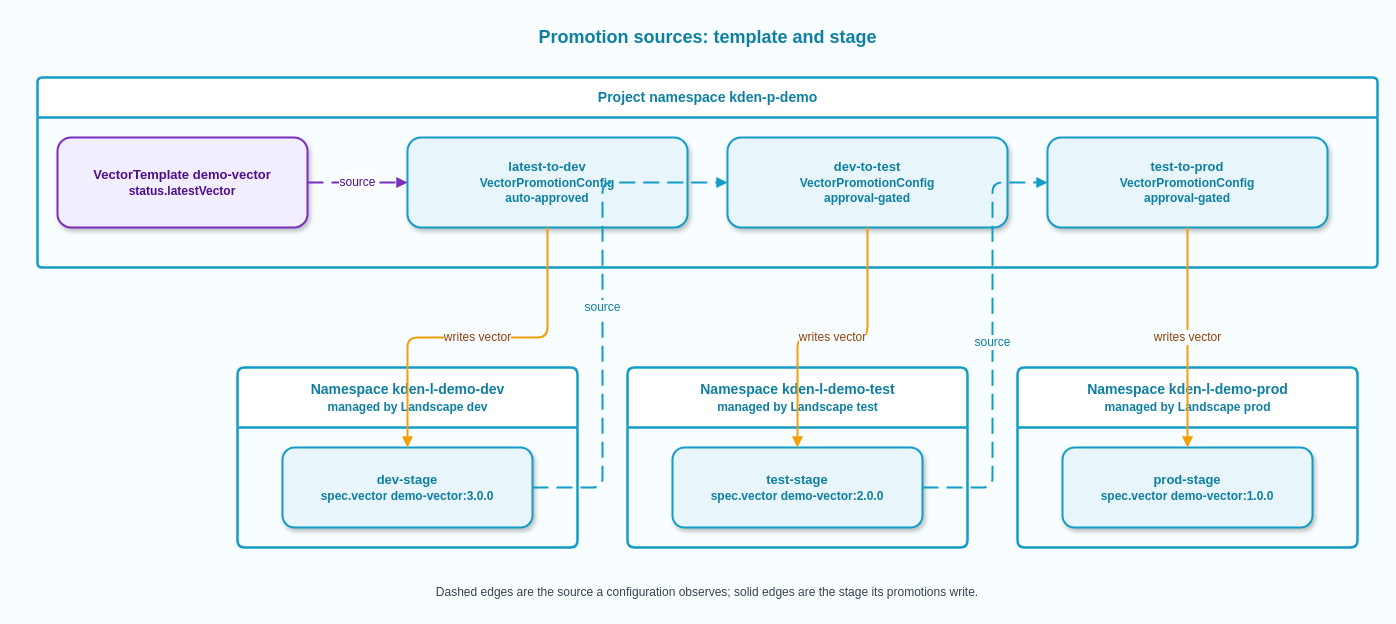
This is public/assets/diagrams/promotion-sources.drawio from konfidence-project/konfidence-docs, a draw.io file, before an edit. Source tidied: cells renumbered, new cells numbered last; positions are measured from the earlier drawing's top-left corner, leaving out a move shared by most shapes. Both pictures are drawn from the tidied source at 100%, with x=0, y=0 at pixel (37, 17).
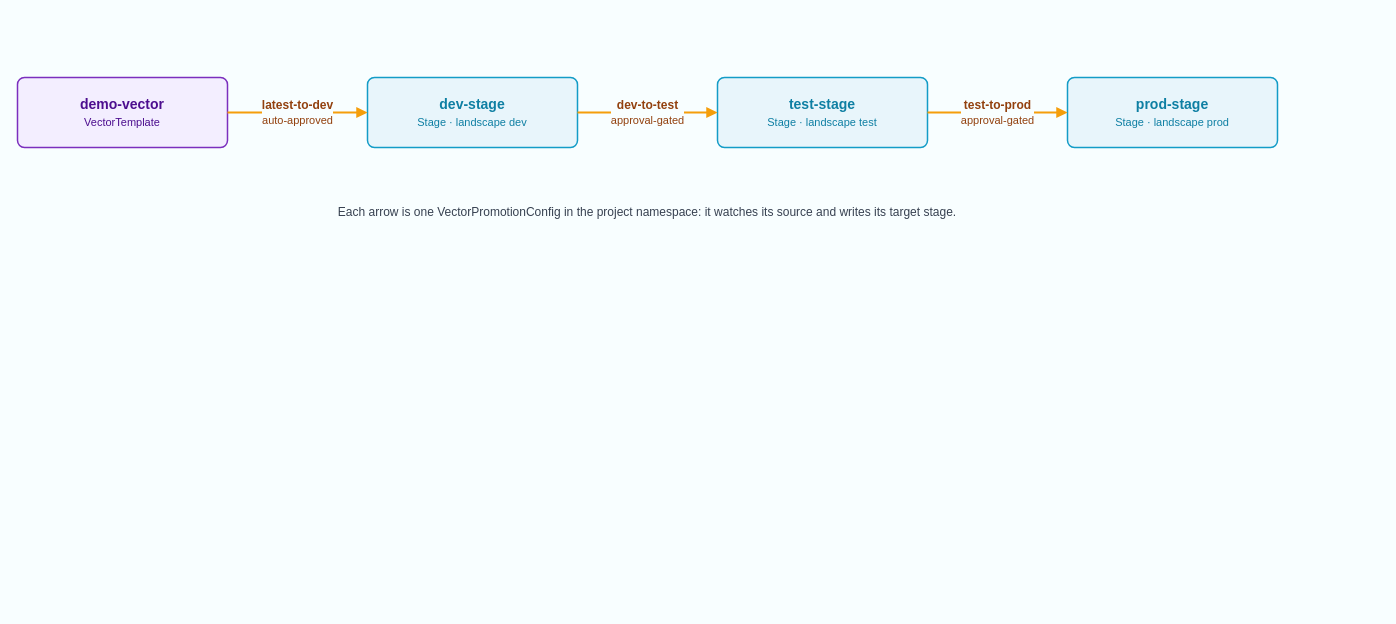
After the change.

Commit message (it also covers changes not shown here):
docs(core-concepts): redraw promotion diagrams for readability

Sources: collapse to one chain where each VectorPromotionConfig is an
arrow between template and stages, four nodes on a tight canvas.
Lifecycle: one left-to-right state path with a terminal row, two-color
scheme, no swimlanes or crossing corridors. Both render larger at page
width because the canvas bounds now hug the content.

Change to the diagram source:
```diff
@@
-    <mxCell id="2" value="&lt;b&gt;&lt;font style=&quot;font-size: 18px;&quot;&gt;Promotion sources: template and stage&lt;/font&gt;&lt;/b&gt;" style="text;html=1;strokeColor=none;fillColor=none;align=center;verticalAlign=middle;fontColor=#0E7FA3;" parent="1" vertex="1">
-      <mxGeometry x="430" width="480" height="40" as="geometry" />
-    </mxCell>
-    <mxCell id="3" value="&lt;b&gt;Project namespace kden-p-demo&lt;/b&gt;" style="swimlane;startSize=40;fillColor=#FFFFFF;strokeColor=#139CC7;strokeWidth=2.5;fontSize=14;fontColor=#0E7FA3;fontStyle=1;rounded=1;arcSize=4;html=1;" parent="1" vertex="1">
-      <mxGeometry y="60" width="1340" height="190" as="geometry" />
-    </mxCell>
-    <mxCell id="4" value="&lt;b&gt;VectorTemplate demo-vector&lt;/b&gt;&lt;div&gt;&lt;font style=&quot;font-size: 12px;&quot;&gt;status.latestVector&lt;/font&gt;&lt;/div&gt;" style="rounded=1;arcSize=15;whiteSpace=wrap;html=1;fillColor=#F3EEFF;strokeColor=#7B2FBE;strokeWidth=2;fontSize=13;fontColor=#4C0E8F;fontStyle=1;shadow=1;" parent="3" vertex="1">
-      <mxGeometry x="20" y="60" width="250" height="90" as="geometry" />
+    <mxCell id="4" value="&lt;b&gt;demo-vector&lt;/b&gt;&lt;div&gt;&lt;font style=&quot;font-size: 11px;&quot;&gt;VectorTemplate&lt;/font&gt;&lt;/div&gt;" style="rounded=1;arcSize=10;whiteSpace=wrap;html=1;fillColor=#F3EEFF;strokeColor=#7B2FBE;strokeWidth=1.5;fontSize=14;fontColor=#4C0E8F;" parent="1" vertex="1">
+      <mxGeometry x="-20" y="60" width="210" height="70" as="geometry" />
     </mxCell>
-    <mxCell id="5" value="&lt;b&gt;latest-to-dev&lt;/b&gt;&lt;div&gt;&lt;font style=&quot;font-size: 12px;&quot;&gt;VectorPromotionConfig&lt;/font&gt;&lt;/div&gt;&lt;div&gt;&lt;font style=&quot;font-size: 12px;&quot;&gt;auto-approved&lt;/font&gt;&lt;/div&gt;" style="rounded=1;arcSize=15;whiteSpace=wrap;html=1;fillColor=#E8F5FB;strokeColor=#139CC7;strokeWidth=2;fontSize=13;fontColor=#0E7FA3;fontStyle=1;shadow=1;" parent="3" vertex="1">
-      <mxGeometry x="370" y="60" width="280" height="90" as="geometry" />
-    </mxCell>
-    <mxCell id="6" value="&lt;b&gt;dev-to-test&lt;/b&gt;&lt;div&gt;&lt;font style=&quot;font-size: 12px;&quot;&gt;VectorPromotionConfig&lt;/font&gt;&lt;/div&gt;&lt;div&gt;&lt;font style=&quot;font-size: 12px;&quot;&gt;approval-gated&lt;/font&gt;&lt;/div&gt;" style="rounded=1;arcSize=15;whiteSpace=wrap;html=1;fillColor=#E8F5FB;strokeColor=#139CC7;strokeWidth=2;fontSize=13;fontColor=#0E7FA3;fontStyle=1;shadow=1;" parent="3" vertex="1">
-      <mxGeometry x="690" y="60" width="280" height="90" as="geometry" />
-    </mxCell>
-    <mxCell id="7" value="&lt;b&gt;test-to-prod&lt;/b&gt;&lt;div&gt;&lt;font style=&quot;font-size: 12px;&quot;&gt;VectorPromotionConfig&lt;/font&gt;&lt;/div&gt;&lt;div&gt;&lt;font style=&quot;font-size: 12px;&quot;&gt;approval-gated&lt;/font&gt;&lt;/div&gt;" style="rounded=1;arcSize=15;whiteSpace=wrap;html=1;fillColor=#E8F5FB;strokeColor=#139CC7;strokeWidth=2;fontSize=13;fontColor=#0E7FA3;fontStyle=1;shadow=1;" parent="3" vertex="1">
-      <mxGeometry x="1010" y="60" width="280" height="90" as="geometry" />
-    </mxCell>
-    <mxCell id="8" value="&lt;b&gt;Namespace kden-l-demo-dev&lt;/b&gt;&lt;div&gt;&lt;font style=&quot;font-size: 12px;&quot;&gt;managed by Landscape dev&lt;/font&gt;&lt;/div&gt;" style="swimlane;startSize=60;fillColor=#FFFFFF;strokeColor=#139CC7;strokeWidth=2.5;fontSize=14;fontColor=#0E7FA3;fontStyle=1;rounded=1;arcSize=4;html=1;" parent="1" vertex="1">
-      <mxGeometry x="200" y="350" width="340" height="180" as="geometry" />
-    </mxCell>
-    <mxCell id="9" value="&lt;b&gt;dev-stage&lt;/b&gt;&lt;div&gt;&lt;font style=&quot;font-size: 12px;&quot;&gt;spec.vector demo-vector:3.0.0&lt;/font&gt;&lt;/div&gt;" style="rounded=1;arcSize=15;whiteSpace=wrap;html=1;fillColor=#E8F5FB;strokeColor=#139CC7;strokeWidth=2;fontSize=13;fontColor=#0E7FA3;fontStyle=1;shadow=1;" parent="8" vertex="1">
-      <mxGeometry x="45" y="80" width="250" height="80" as="geometry" />
+    <mxCell id="9" value="&lt;b&gt;dev-stage&lt;/b&gt;&lt;div&gt;&lt;font style=&quot;font-size: 11px;&quot;&gt;Stage · landscape dev&lt;/font&gt;&lt;/div&gt;" style="rounded=1;arcSize=10;whiteSpace=wrap;html=1;fillColor=#E8F5FB;strokeColor=#139CC7;strokeWidth=1.5;fontSize=14;fontColor=#0E7FA3;" parent="1" vertex="1">
+      <mxGeometry x="330" y="60" width="210" height="70" as="geometry" />
     </mxCell>
-    <mxCell id="10" value="&lt;b&gt;Namespace kden-l-demo-test&lt;/b&gt;&lt;div&gt;&lt;font style=&quot;font-size: 12px;&quot;&gt;managed by Landscape test&lt;/font&gt;&lt;/div&gt;" style="swimlane;startSize=60;fillColor=#FFFFFF;strokeColor=#139CC7;strokeWidth=2.5;fontSize=14;fontColor=#0E7FA3;fontStyle=1;rounded=1;arcSize=4;html=1;" parent="1" vertex="1">
-      <mxGeometry x="590" y="350" width="340" height="180" as="geometry" />
-    </mxCell>
-    <mxCell id="11" value="&lt;b&gt;test-stage&lt;/b&gt;&lt;div&gt;&lt;font style=&quot;font-size: 12px;&quot;&gt;spec.vector demo-vector:2.0.0&lt;/font&gt;&lt;/div&gt;" style="rounded=1;arcSize=15;whiteSpace=wrap;html=1;fillColor=#E8F5FB;strokeColor=#139CC7;strokeWidth=2;fontSize=13;fontColor=#0E7FA3;fontStyle=1;shadow=1;" parent="10" vertex="1">
-      <mxGeometry x="45" y="80" width="250" height="80" as="geometry" />
+    <mxCell id="11" value="&lt;b&gt;test-stage&lt;/b&gt;&lt;div&gt;&lt;font style=&quot;font-size: 11px;&quot;&gt;Stage · landscape test&lt;/font&gt;&lt;/div&gt;" style="rounded=1;arcSize=10;whiteSpace=wrap;html=1;fillColor=#E8F5FB;strokeColor=#139CC7;strokeWidth=1.5;fontSize=14;fontColor=#0E7FA3;" parent="1" vertex="1">
+      <mxGeometry x="680" y="60" width="210" height="70" as="geometry" />
     </mxCell>
-    <mxCell id="12" value="&lt;b&gt;Namespace kden-l-demo-prod&lt;/b&gt;&lt;div&gt;&lt;font style=&quot;font-size: 12px;&quot;&gt;managed by Landscape prod&lt;/font&gt;&lt;/div&gt;" style="swimlane;startSize=60;fillColor=#FFFFFF;strokeColor=#139CC7;strokeWidth=2.5;fontSize=14;fontColor=#0E7FA3;fontStyle=1;rounded=1;arcSize=4;html=1;" parent="1" vertex="1">
-      <mxGeometry x="980" y="350" width="340" height="180" as="geometry" />
-    </mxCell>
-    <mxCell id="13" value="&lt;b&gt;prod-stage&lt;/b&gt;&lt;div&gt;&lt;font style=&quot;font-size: 12px;&quot;&gt;spec.vector demo-vector:1.0.0&lt;/font&gt;&lt;/div&gt;" style="rounded=1;arcSize=15;whiteSpace=wrap;html=1;fillColor=#E8F5FB;strokeColor=#139CC7;strokeWidth=2;fontSize=13;fontColor=#0E7FA3;fontStyle=1;shadow=1;" parent="12" vertex="1">
-      <mxGeometry x="45" y="80" width="250" height="80" as="geometry" />
+    <mxCell id="13" value="&lt;b&gt;prod-stage&lt;/b&gt;&lt;div&gt;&lt;font style=&quot;font-size: 11px;&quot;&gt;Stage · landscape prod&lt;/font&gt;&lt;/div&gt;" style="rounded=1;arcSize=10;whiteSpace=wrap;html=1;fillColor=#E8F5FB;strokeColor=#139CC7;strokeWidth=1.5;fontSize=14;fontColor=#0E7FA3;" parent="1" vertex="1">
+      <mxGeometry x="1030" y="60" width="210" height="70" as="geometry" />
     </mxCell>
-    <mxCell id="14" value="source" style="endArrow=block;endFill=1;dashed=1;dashPattern=8 4;strokeColor=#7B2FBE;strokeWidth=2;fontSize=12;fontColor=#4C0E8F;html=1;edgeStyle=orthogonalEdgeStyle;labelBackgroundColor=#FFFFFF;exitX=1;exitY=0.5;exitDx=0;exitDy=0;entryX=0;entryY=0.5;entryDx=0;entryDy=0;" parent="1" edge="1" source="4" target="5">
-      <mxGeometry relative="1" as="geometry" />
-    </mxCell>
-    <mxCell id="15" value="writes vector" style="endArrow=block;endFill=1;strokeColor=#F59E0B;strokeWidth=2;fontSize=12;fontColor=#92400E;html=1;edgeStyle=orthogonalEdgeStyle;rounded=1;labelBackgroundColor=#F8FEFF;exitX=0.5;exitY=1;exitDx=0;exitDy=0;entryX=0.5;entryY=0;entryDx=0;entryDy=0;" parent="1" edge="1" source="5" target="9">
-      <mxGeometry relative="1" as="geometry" />
-    </mxCell>
-    <mxCell id="16" value="source" style="endArrow=block;endFill=1;dashed=1;dashPattern=8 4;strokeColor=#139CC7;strokeWidth=2;fontSize=12;fontColor=#0E7FA3;html=1;edgeStyle=orthogonalEdgeStyle;rounded=1;labelBackgroundColor=#F8FEFF;exitX=1;exitY=0.5;exitDx=0;exitDy=0;entryX=0;entryY=0.5;entryDx=0;entryDy=0;" parent="1" edge="1" source="9" target="6">
-      <mxGeometry relative="1" as="geometry">
-        <Array as="points">
-          <mxPoint x="565" y="470" />
-          <mxPoint x="565" y="165" />
-        </Array>
-      </mxGeometry>
-    </mxCell>
-    <mxCell id="17" value="writes vector" style="endArrow=block;endFill=1;strokeColor=#F59E0B;strokeWidth=2;fontSize=12;fontColor=#92400E;html=1;edgeStyle=orthogonalEdgeStyle;rounded=1;labelBackgroundColor=#F8FEFF;exitX=0.5;exitY=1;exitDx=0;exitDy=0;entryX=0.5;entryY=0;entryDx=0;entryDy=0;" parent="1" edge="1" source="6" target="11">
-      <mxGeometry relative="1" as="geometry" />
-    </mxCell>
-    <mxCell id="18" value="source" style="endArrow=block;endFill=1;dashed=1;dashPattern=8 4;strokeColor=#139CC7;strokeWidth=2;fontSize=12;fontColor=#0E7FA3;html=1;edgeStyle=orthogonalEdgeStyle;rounded=1;labelBackgroundColor=#F8FEFF;exitX=1;exitY=0.5;exitDx=0;exitDy=0;entryX=0;entryY=0.5;entryDx=0;entryDy=0;" parent="1" edge="1" source="11" target="7">
-      <mxGeometry relative="1" as="geometry">
-        <Array as="points">
-          <mxPoint x="955" y="470" />
-          <mxPoint x="955" y="165" />
-        </Array>
-      </mxGeometry>
-    </mxCell>
-    <mxCell id="19" value="writes vector" style="endArrow=block;endFill=1;strokeColor=#F59E0B;strokeWidth=2;fontSize=12;fontColor=#92400E;html=1;edgeStyle=orthogonalEdgeStyle;rounded=1;labelBackgroundColor=#F8FEFF;exitX=0.5;exitY=1;exitDx=0;exitDy=0;entryX=0.5;entryY=0;entryDx=0;entryDy=0;" parent="1" edge="1" source="7" target="13">
-      <mxGeometry relative="1" as="geometry" />
-    </mxCell>
-    <mxCell id="20" value="Dashed edges are the source a configuration observes; solid edges are the stage its promotions write." style="text;html=1;whiteSpace=wrap;strokeColor=none;fillColor=none;align=center;verticalAlign=middle;rounded=0;fontSize=12;fontColor=#374151;" parent="1" vertex="1">
-      <mxGeometry y="560" width="1340" height="30" as="geometry" />
-    </mxCell>
+    <mxCell id="21" value="&lt;b&gt;latest-to-dev&lt;/b&gt;&lt;div&gt;&lt;font style=&quot;font-size: 11px;&quot;&gt;auto-approved&lt;/font&gt;&lt;/div&gt;" style="endArrow=block;endFill=1;strokeColor=#F59E0B;strokeWidth=2;fontSize=12;fontColor=#92400E;html=1;labelBackgroundColor=#F8FEFF;exitX=1;exitY=0.5;exitDx=0;exitDy=0;entryX=0;entryY=0.5;entryDx=0;entryDy=0;" parent="1" edge="1" source="4" target="9">
+      <mxGeometry relative="1" as="geometry" />
+    </mxCell>
+    <mxCell id="22" value="&lt;b&gt;dev-to-test&lt;/b&gt;&lt;div&gt;&lt;font style=&quot;font-size: 11px;&quot;&gt;approval-gated&lt;/font&gt;&lt;/div&gt;" style="endArrow=block;endFill=1;strokeColor=#F59E0B;strokeWidth=2;fontSize=12;fontColor=#92400E;html=1;labelBackgroundColor=#F8FEFF;exitX=1;exitY=0.5;exitDx=0;exitDy=0;entryX=0;entryY=0.5;entryDx=0;entryDy=0;" parent="1" edge="1" source="9" target="11">
+      <mxGeometry relative="1" as="geometry" />
+    </mxCell>
+    <mxCell id="23" value="&lt;b&gt;test-to-prod&lt;/b&gt;&lt;div&gt;&lt;font style=&quot;font-size: 11px;&quot;&gt;approval-gated&lt;/font&gt;&lt;/div&gt;" style="endArrow=block;endFill=1;strokeColor=#F59E0B;strokeWidth=2;fontSize=12;fontColor=#92400E;html=1;labelBackgroundColor=#F8FEFF;exitX=1;exitY=0.5;exitDx=0;exitDy=0;entryX=0;entryY=0.5;entryDx=0;entryDy=0;" parent="1" edge="1" source="11" target="13">
+      <mxGeometry relative="1" as="geometry" />
+    </mxCell>
+    <mxCell id="24" value="Each arrow is one VectorPromotionConfig in the project namespace: it watches its source and writes its target stage." style="text;html=1;whiteSpace=wrap;strokeColor=none;fillColor=none;align=center;verticalAlign=middle;rounded=0;fontSize=12;fontColor=#374151;" parent="1" vertex="1">
+      <mxGeometry x="-20" y="180" width="1260" height="30" as="geometry" />
+    </mxCell>
```
